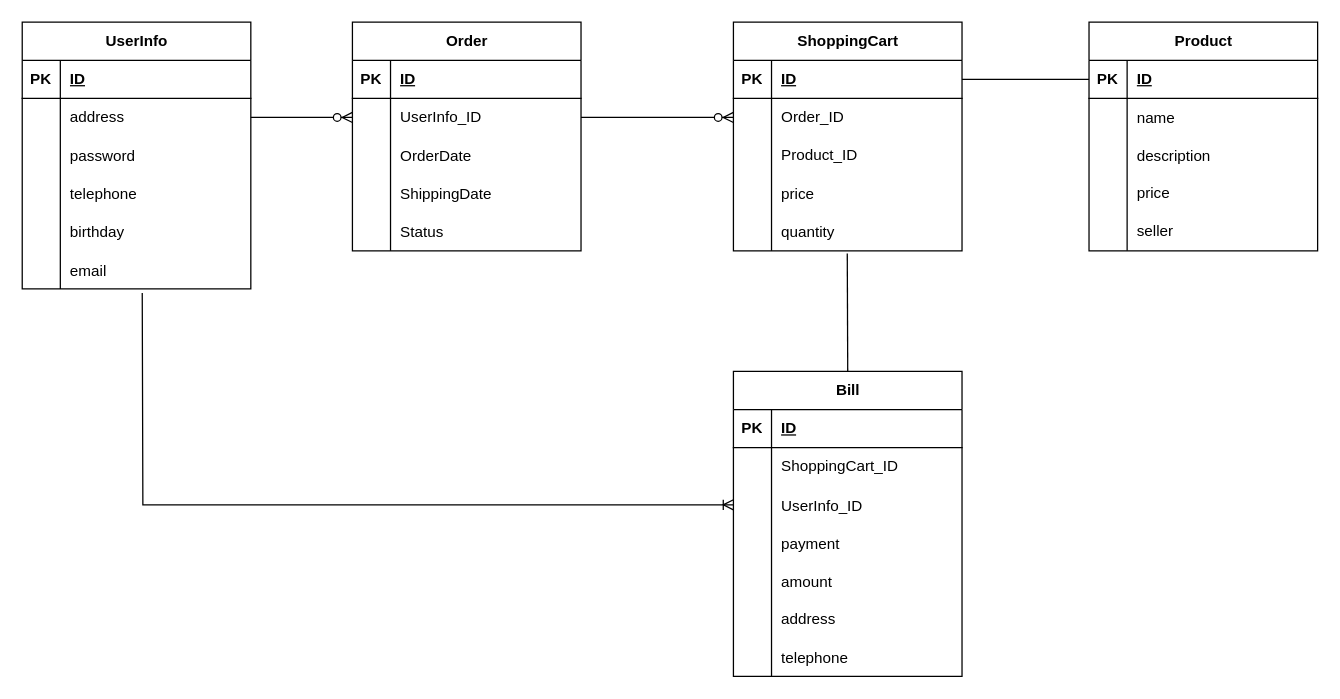
Before: 未命名绘图.drawio in gyes990123/Lab_A, a draw.io diagram. Source tidied: cells renumbered, new cells numbered last; positions are measured from the earlier drawing's top-left corner, leaving out a move shared by most shapes. Both pictures are drawn from the tidied source at 127%, with x=0, y=0 at pixel (22, 22).
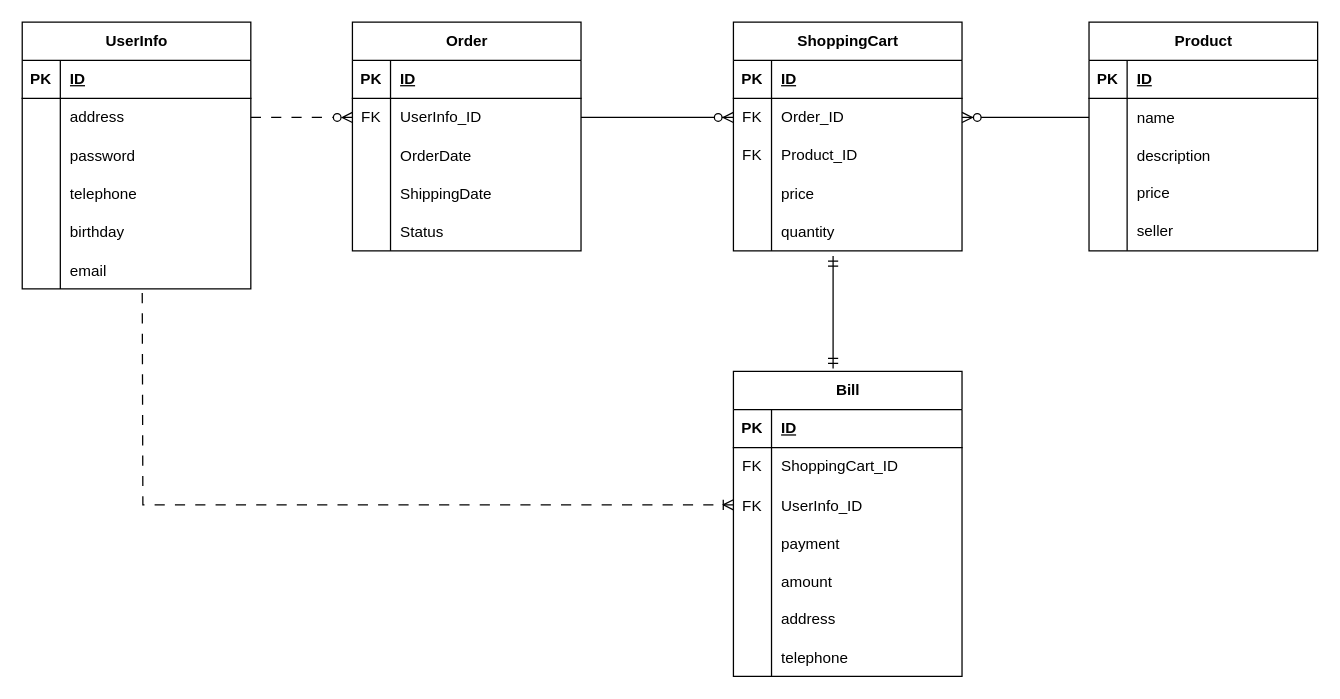
Above is the later version.

Commit message:
更新未命名绘图.drawio

Unchanged cells that the change refers to:
```xml
<mxCell id="6" style="shape=tableRow;horizontal=0;startSize=0;swimlaneHead=0;swimlaneBody=0;fillColor=none;points=[[0,0.5],[1,0.5]];portConstraint=eastwest;top=0;left=0;right=0;bottom=0;" parent="2" vertex="1">
  <mxGeometry y="60" width="180" height="30" as="geometry" />
</mxCell>
<mxCell id="18" style="shape=tableRow;horizontal=0;startSize=0;swimlaneHead=0;swimlaneBody=0;fillColor=none;points=[[0,0.5],[1,0.5]];portConstraint=eastwest;top=0;left=0;right=0;bottom=0;" parent="2" vertex="1">
  <mxGeometry y="180" width="180" height="30" as="geometry" />
</mxCell>
<mxCell id="25" style="shape=tableRow;horizontal=0;startSize=0;swimlaneHead=0;swimlaneBody=0;fillColor=none;points=[[0,0.5],[1,0.5]];portConstraint=eastwest;top=0;left=0;right=0;bottom=0;" parent="21" vertex="1">
  <mxGeometry y="60" width="180" height="30" as="geometry" />
</mxCell>
<mxCell id="28" style="shape=tableRow;horizontal=0;startSize=0;swimlaneHead=0;swimlaneBody=0;fillColor=none;top=0;left=0;right=0;bottom=0;" parent="21" vertex="1">
  <mxGeometry y="90" width="180" height="30" as="geometry" />
</mxCell>
<mxCell id="34" style="shape=tableRow;horizontal=0;startSize=0;swimlaneHead=0;swimlaneBody=0;fillColor=none;points=[[0,0.5],[1,0.5]];portConstraint=eastwest;top=0;left=0;right=0;bottom=0;" parent="21" vertex="1">
  <mxGeometry y="150" width="180" height="30" as="geometry" />
</mxCell>
<mxCell id="37" value="Bill" style="shape=table;startSize=30;childLayout=tableLayout;rowLines=0;fontStyle=1;align=center;html=1;" parent="1" vertex="1">
  <mxGeometry x="560" y="275" width="180" height="240" as="geometry" />
</mxCell>
<mxCell id="41" style="shape=tableRow;horizontal=0;startSize=0;swimlaneHead=0;swimlaneBody=0;fillColor=none;top=0;left=0;right=0;bottom=0;" parent="37" vertex="1">
  <mxGeometry y="60" width="180" height="30" as="geometry" />
</mxCell>
<mxCell id="44" style="shape=tableRow;horizontal=0;startSize=0;swimlaneHead=0;swimlaneBody=0;fillColor=none;points=[[0,0.5],[1,0.5]];portConstraint=eastwest;top=0;left=0;right=0;bottom=0;" parent="37" vertex="1">
  <mxGeometry y="90" width="180" height="30" as="geometry" />
</mxCell>
<mxCell id="60" style="shape=tableRow;horizontal=0;startSize=0;swimlaneHead=0;swimlaneBody=0;fillColor=none;points=[[0,0.5],[1,0.5]];portConstraint=eastwest;top=0;left=0;right=0;bottom=1;" parent="59" vertex="1">
  <mxGeometry y="30" width="180" height="30" as="geometry" />
</mxCell>
<mxCell id="63" style="shape=tableRow;horizontal=0;startSize=0;swimlaneHead=0;swimlaneBody=0;fillColor=none;points=[[0,0.5],[1,0.5]];portConstraint=eastwest;top=0;left=0;right=0;bottom=0;" parent="59" vertex="1">
  <mxGeometry y="60" width="180" height="30" as="geometry" />
</mxCell>
<mxCell id="80" style="shape=tableRow;horizontal=0;startSize=0;swimlaneHead=0;swimlaneBody=0;fillColor=none;points=[[0,0.5],[1,0.5]];portConstraint=eastwest;top=0;left=0;right=0;bottom=0;" parent="76" vertex="1">
  <mxGeometry y="60" width="180" height="30" as="geometry" />
</mxCell>
```

What changed in the source:
```diff
@@
-    <mxCell id="26" style="shape=partialRectangle;fillColor=none;top=0;left=0;bottom=0;right=0;overflow=hidden;whiteSpace=wrap;html=1;" parent="25" vertex="1">
+    <mxCell id="26" value="FK" style="shape=partialRectangle;fillColor=none;top=0;left=0;bottom=0;right=0;overflow=hidden;whiteSpace=wrap;html=1;" parent="25" vertex="1">
       <mxGeometry width="30" height="30" as="geometry" />
     </mxCell>
@@
-    <mxCell id="29" style="shape=partialRectangle;fillColor=none;top=0;left=0;bottom=0;right=0;overflow=hidden;whiteSpace=wrap;html=1;" parent="28" vertex="1">
+    <mxCell id="29" value="FK" style="shape=partialRectangle;fillColor=none;top=0;left=0;bottom=0;right=0;overflow=hidden;whiteSpace=wrap;html=1;" parent="28" vertex="1">
       <mxGeometry width="30" height="30" as="geometry" />
     </mxCell>
@@
-    <mxCell id="42" style="shape=partialRectangle;fillColor=none;top=0;left=0;bottom=0;right=0;overflow=hidden;whiteSpace=wrap;html=1;" parent="41" vertex="1">
+    <mxCell id="42" value="FK" style="shape=partialRectangle;fillColor=none;top=0;left=0;bottom=0;right=0;overflow=hidden;whiteSpace=wrap;html=1;" parent="41" vertex="1">
       <mxGeometry width="30" height="30" as="geometry" />
     </mxCell>
@@
-    <mxCell id="45" style="shape=partialRectangle;fillColor=none;top=0;left=0;bottom=0;right=0;overflow=hidden;" parent="44" vertex="1">
+    <mxCell id="45" value="FK" style="shape=partialRectangle;fillColor=none;top=0;left=0;bottom=0;right=0;overflow=hidden;" parent="44" vertex="1">
       <mxGeometry width="30" height="30" as="geometry" />
     </mxCell>
@@
-    <mxCell id="75" style="endArrow=none;html=1;rounded=0;entryX=0;entryY=0.5;entryDx=0;entryDy=0;" parent="1" edge="1" target="60">
-      <mxGeometry relative="1" as="geometry">
-        <mxPoint x="740" y="45" as="sourcePoint" />
-      </mxGeometry>
-    </mxCell>
@@
-    <mxCell id="81" style="shape=partialRectangle;fillColor=none;top=0;left=0;bottom=0;right=0;fontStyle=0;overflow=hidden;whiteSpace=wrap;html=1;" parent="80" vertex="1">
+    <mxCell id="81" value="FK" style="shape=partialRectangle;fillColor=none;top=0;left=0;bottom=0;right=0;fontStyle=0;overflow=hidden;whiteSpace=wrap;html=1;" parent="80" vertex="1">
       <mxGeometry width="30" height="30" as="geometry" />
     </mxCell>
@@
-    <mxCell id="92" style="endArrow=none;html=1;rounded=0;exitX=0.498;exitY=1.073;exitDx=0;exitDy=0;exitPerimeter=0;entryX=0.5;entryY=0;entryDx=0;entryDy=0;" parent="1" edge="1" source="34" target="37">
-      <mxGeometry relative="1" as="geometry" />
-    </mxCell>
-    <mxCell id="93" style="fontSize=12;html=1;endArrow=ERoneToMany;rounded=0;exitX=0.525;exitY=1.108;exitDx=0;exitDy=0;exitPerimeter=0;entryX=0;entryY=0.5;entryDx=0;entryDy=0;endFill=0;" parent="1" edge="1" source="18" target="44">
+    <mxCell id="93" style="fontSize=12;html=1;endArrow=ERoneToMany;rounded=0;exitX=0.525;exitY=1.108;exitDx=0;exitDy=0;exitPerimeter=0;entryX=0;entryY=0.5;entryDx=0;entryDy=0;endFill=0;dashed=1;dashPattern=8 8;" parent="1" edge="1" source="18" target="44">
       <mxGeometry relative="1" as="geometry">
         <Array as="points">
           <mxPoint x="95" y="380" />
         </Array>
       </mxGeometry>
     </mxCell>
-    <mxCell id="94" style="edgeStyle=entityRelationEdgeStyle;fontSize=12;html=1;endArrow=ERzeroToMany;endFill=1;rounded=0;exitX=1;exitY=0.5;exitDx=0;exitDy=0;entryX=0;entryY=0.5;entryDx=0;entryDy=0;" parent="1" edge="1" source="6" target="80">
+    <mxCell id="94" style="edgeStyle=entityRelationEdgeStyle;fontSize=12;html=1;endArrow=ERzeroToMany;endFill=0;rounded=0;exitX=1;exitY=0.5;exitDx=0;exitDy=0;entryX=0;entryY=0.5;entryDx=0;entryDy=0;dashed=1;dashPattern=8 8;" parent="1" edge="1" source="6" target="80">
       <mxGeometry relative="1" as="geometry">
         <Array as="points">
           <mxPoint x="490" y="265" />
         </Array>
       </mxGeometry>
     </mxCell>
     <mxCell id="95" style="edgeStyle=entityRelationEdgeStyle;fontSize=12;html=1;endArrow=ERzeroToMany;endFill=1;rounded=0;exitX=1;exitY=0.5;exitDx=0;exitDy=0;entryX=0;entryY=0.5;entryDx=0;entryDy=0;" parent="1" edge="1" source="80" target="25">
-      <mxGeometry relative="1" as="geometry" />
+      <mxGeometry relative="1" as="geometry">
+        <Array as="points">
+          <mxPoint x="520" y="75" />
+        </Array>
+      </mxGeometry>
     </mxCell>
+    <mxCell id="96" style="fontSize=12;html=1;endArrow=ERzeroToMany;endFill=1;rounded=0;exitX=0;exitY=0.5;exitDx=0;exitDy=0;entryX=1;entryY=0.5;entryDx=0;entryDy=0;" parent="1" edge="1" source="63" target="25">
+      <mxGeometry relative="1" as="geometry" />
+    </mxCell>
+    <mxCell id="97" style="fontSize=12;html=1;endArrow=ERmandOne;startArrow=ERmandOne;rounded=0;entryX=0.436;entryY=1.135;entryDx=0;entryDy=0;entryPerimeter=0;exitX=0.436;exitY=-0.01;exitDx=0;exitDy=0;exitPerimeter=0;" parent="1" edge="1" source="37" target="34">
+      <mxGeometry relative="1" as="geometry" />
+    </mxCell>
```
